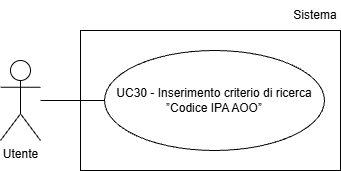
Team-Three-Technologies/Documenti keeps this draw.io diagram as assets/Use_Case_Diagrams/UC30.png. Above is the earlier version. Source tidied: cells renumbered, new cells last; positions are measured from the earlier drawing's top-left corner, leaving out a move shared by most shapes.
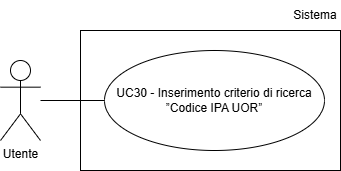
Later version of the same file.

Change to the diagram source:
```diff
@@ -5,14 +5,14 @@
     <mxCell id="2" value="Utente" style="shape=umlActor;verticalLabelPosition=bottom;verticalAlign=top;html=1;" parent="1" vertex="1">
       <mxGeometry y="60" width="40" height="80" as="geometry" />
     </mxCell>
-    <mxCell id="3" value="UC30 - Inserimento criterio di ricerca ”Codice IPA AOO”" style="ellipse;whiteSpace=wrap;html=1;align=center;" parent="1" vertex="1">
-      <mxGeometry x="104" y="50" width="220" height="100" as="geometry" />
-    </mxCell>
-    <mxCell id="4" style="endArrow=none;html=1;rounded=0;entryX=0;entryY=0.5;entryDx=0;entryDy=0;" parent="1" edge="1" target="3">
-      <mxGeometry relative="1" as="geometry">
-        <mxPoint x="40" y="100" as="sourcePoint" />
-      </mxGeometry>
-    </mxCell>
+    <mxCell id="7" value="UC30 - Inserimento criterio di ricerca ”Codice IPA UOR”" style="ellipse;whiteSpace=wrap;html=1;align=center;" parent="1" vertex="1">
+      <mxGeometry x="104" y="50" width="220" height="100" as="geometry" />
+    </mxCell>
+    <mxCell id="8" style="endArrow=none;html=1;rounded=0;entryX=0;entryY=0.5;entryDx=0;entryDy=0;" parent="1" edge="1" target="7">
+      <mxGeometry relative="1" as="geometry">
+        <mxPoint x="40" y="100" as="sourcePoint" />
+      </mxGeometry>
+    </mxCell>
     <mxCell id="5" style="rounded=0;whiteSpace=wrap;html=1;fillColor=none;" parent="1" vertex="1">
       <mxGeometry x="80" y="30" width="260" height="140" as="geometry" />
     </mxCell>
```
